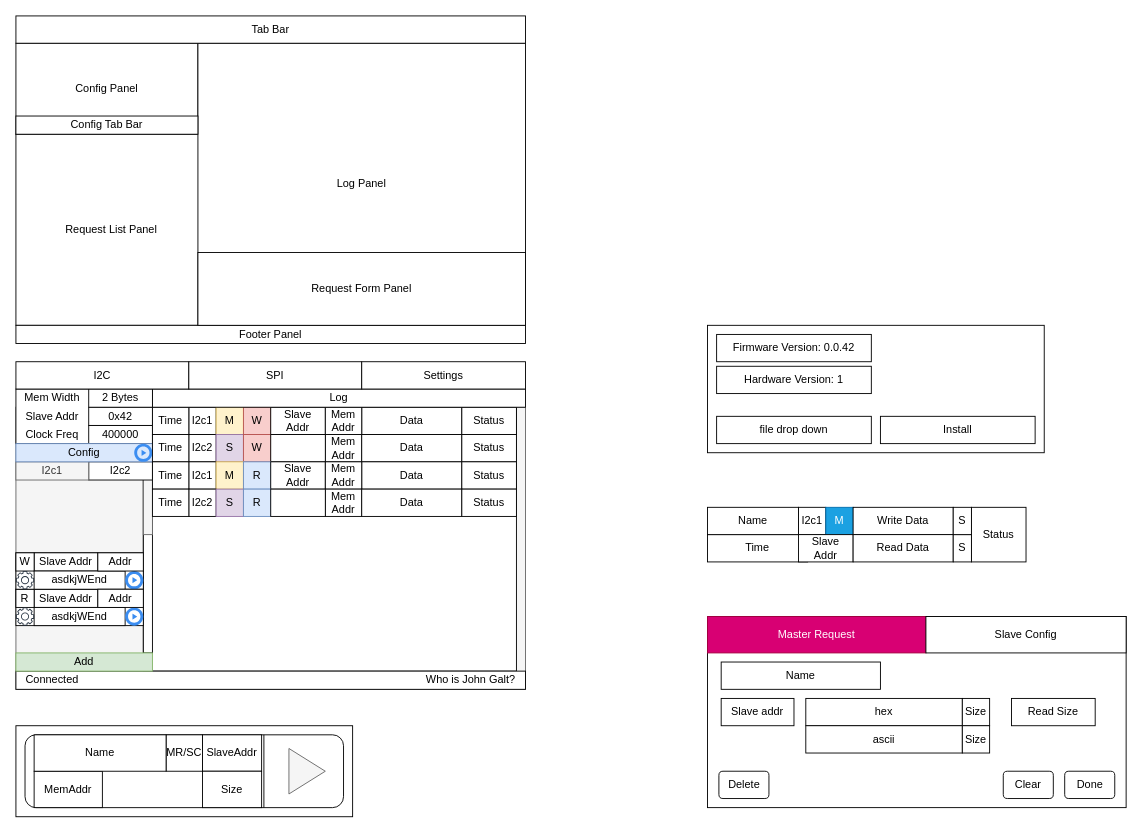
The draw.io diagram Docu/UImock.drawio in AlmCoding/expander-ui, before the edit. Source tidied: cells renumbered, new cells numbered last; positions are measured from the earlier drawing's top-left corner, leaving out a move shared by most shapes. Both pictures are drawn from the tidied source at 91%, with x=0, y=0 at pixel (15, 15).
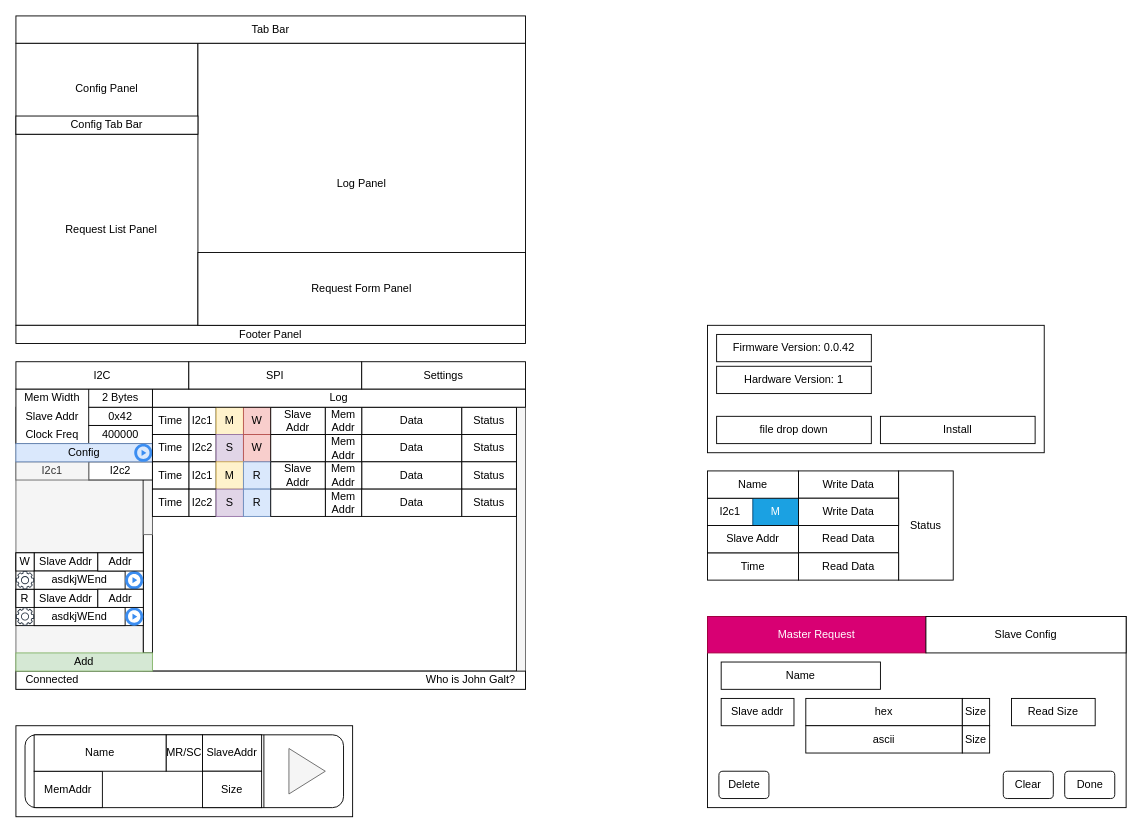
After the change.

What changed in the source:
```diff
@@
     <mxCell id="101" value="Time" style="rounded=0;whiteSpace=wrap;html=1;" parent="1" vertex="1">
-      <mxGeometry x="760" y="570" width="110" height="30" as="geometry" />
+      <mxGeometry x="760" y="590" width="100" height="30" as="geometry" />
     </mxCell>
     <mxCell id="102" value="I2c1" style="rounded=0;whiteSpace=wrap;html=1;" parent="1" vertex="1">
-      <mxGeometry x="860" y="540" width="30" height="30" as="geometry" />
+      <mxGeometry x="760" y="530" width="50" height="30" as="geometry" />
     </mxCell>
     <mxCell id="103" value="M" style="rounded=0;whiteSpace=wrap;html=1;fillColor=#1ba1e2;strokeColor=#006EAF;fontColor=#ffffff;" parent="1" vertex="1">
-      <mxGeometry x="890" y="540" width="30" height="30" as="geometry" />
+      <mxGeometry x="810" y="530" width="50" height="30" as="geometry" />
     </mxCell>
     <mxCell id="104" value="Name" style="rounded=0;whiteSpace=wrap;html=1;" parent="1" vertex="1">
-      <mxGeometry x="760" y="540" width="100" height="30" as="geometry" />
+      <mxGeometry x="760" y="500" width="100" height="30" as="geometry" />
     </mxCell>
     <mxCell id="105" value="Slave Addr" style="rounded=0;whiteSpace=wrap;html=1;" parent="1" vertex="1">
-      <mxGeometry x="860" y="570" width="60" height="30" as="geometry" />
+      <mxGeometry x="760" y="560" width="100" height="30" as="geometry" />
     </mxCell>
     <mxCell id="106" value="Write Data" style="rounded=0;whiteSpace=wrap;html=1;" parent="1" vertex="1">
-      <mxGeometry x="920" y="540" width="110" height="30" as="geometry" />
+      <mxGeometry x="860" y="500" width="110" height="30" as="geometry" />
     </mxCell>
     <mxCell id="107" value="Read Data" style="rounded=0;whiteSpace=wrap;html=1;" parent="1" vertex="1">
-      <mxGeometry x="920" y="570" width="110" height="30" as="geometry" />
+      <mxGeometry x="860" y="560" width="110" height="30" as="geometry" />
     </mxCell>
     <mxCell id="108" value="Status" style="rounded=0;whiteSpace=wrap;html=1;" parent="1" vertex="1">
-      <mxGeometry x="1050" y="540" width="60" height="60" as="geometry" />
+      <mxGeometry x="970" y="500" width="60" height="120" as="geometry" />
     </mxCell>
-    <mxCell id="109" value="S" style="rounded=0;whiteSpace=wrap;html=1;" parent="1" vertex="1">
-      <mxGeometry x="1030" y="570" width="20" height="30" as="geometry" />
-    </mxCell>
-    <mxCell id="110" value="S" style="rounded=0;whiteSpace=wrap;html=1;" parent="1" vertex="1">
-      <mxGeometry x="1030" y="540" width="20" height="30" as="geometry" />
-    </mxCell>
@@
+    <mxCell id="116" value="Write Data" style="rounded=0;whiteSpace=wrap;html=1;" parent="1" vertex="1">
+      <mxGeometry x="860" y="530" width="110" height="30" as="geometry" />
+    </mxCell>
+    <mxCell id="117" value="Read Data" style="rounded=0;whiteSpace=wrap;html=1;" parent="1" vertex="1">
+      <mxGeometry x="860" y="590" width="110" height="30" as="geometry" />
+    </mxCell>
```
